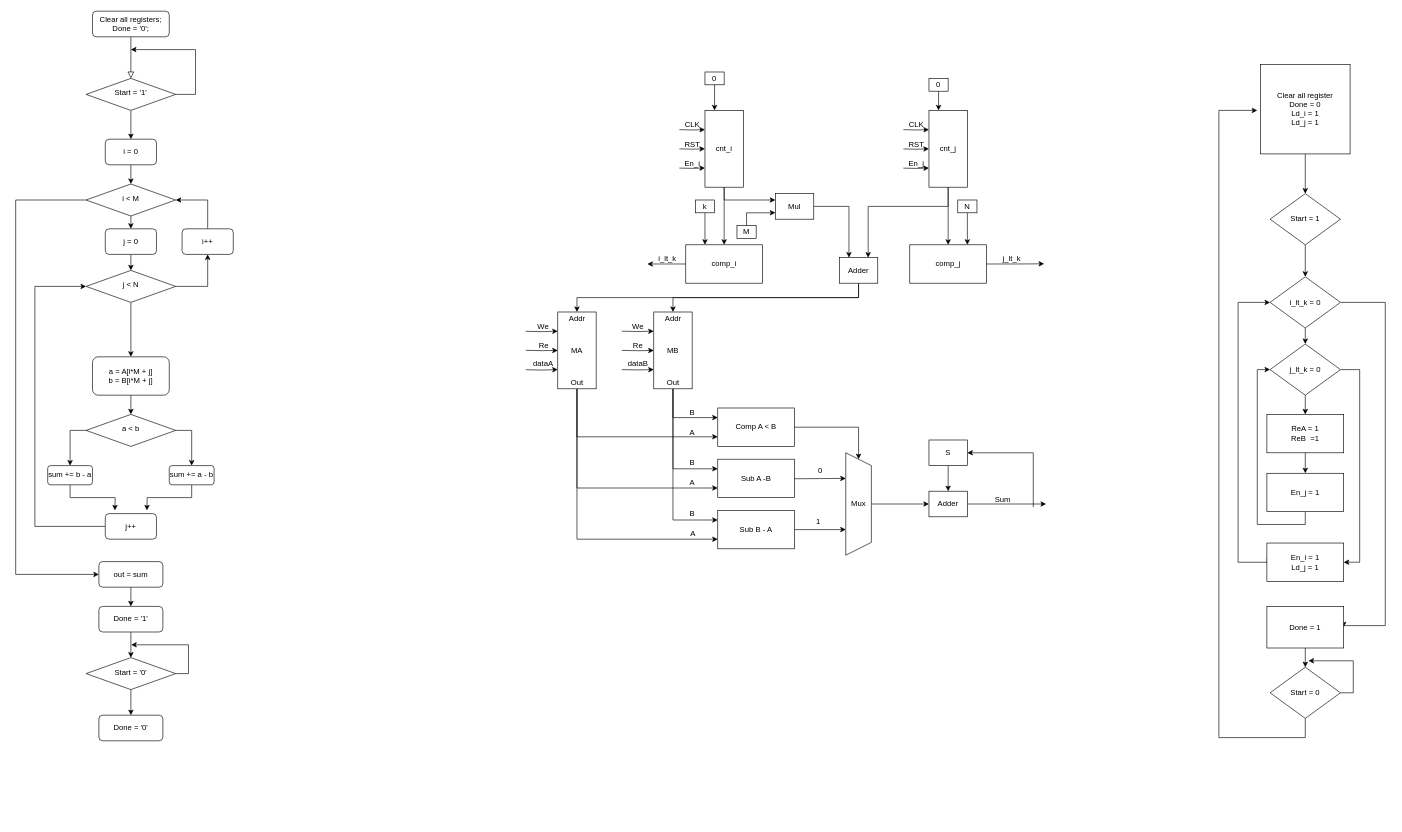
Above: Untitled Diagram.drawio in Nsphong1178/FinalProject1 (draw.io), before the change. Source tidied: cells renumbered, new cells numbered last; positions are measured from the earlier drawing's top-left corner, leaving out a move shared by most shapes. Both pictures are drawn from the tidied source at 64%, with x=0, y=0 at pixel (15, 11).
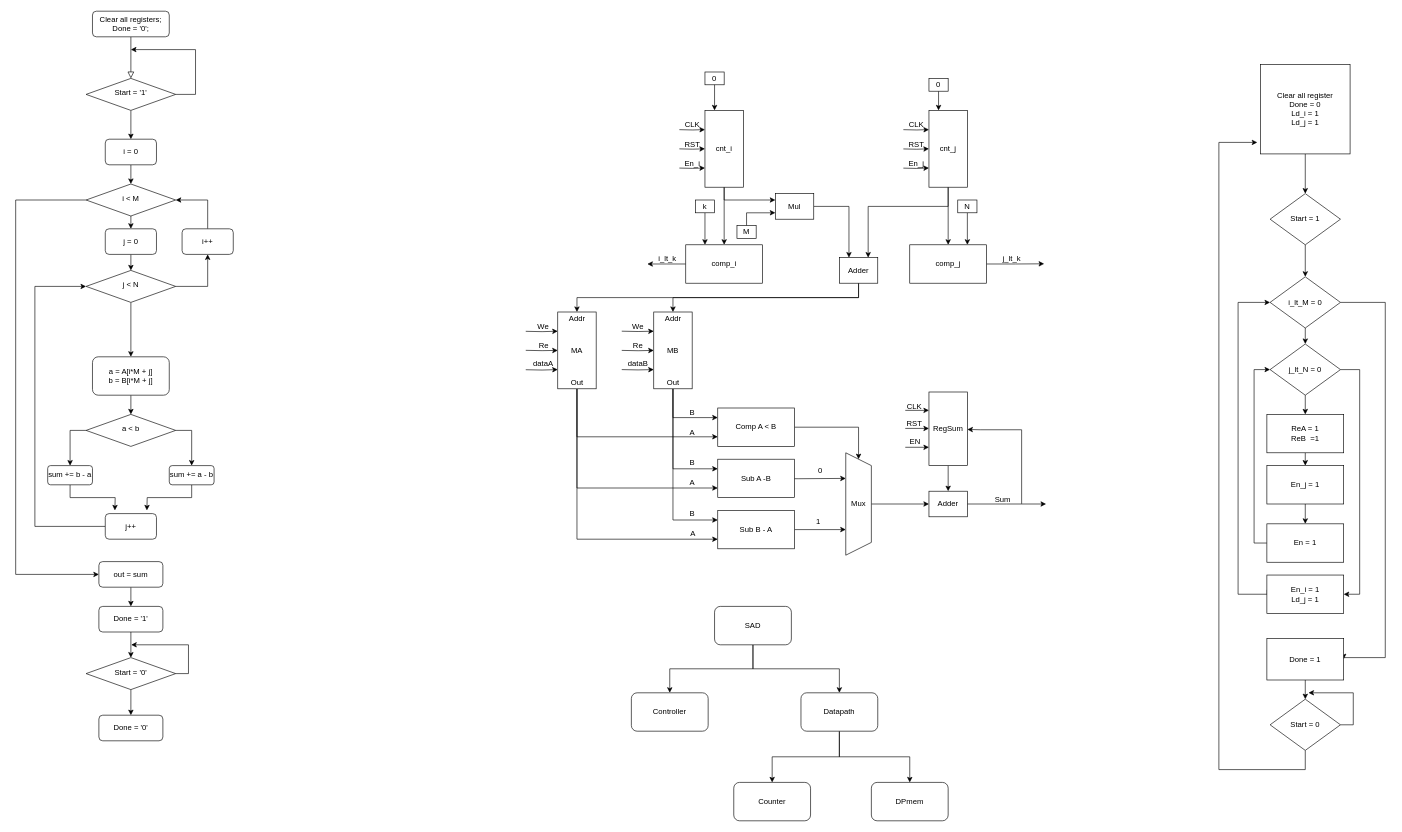
After the change.

Change to the diagram source:
```diff
@@
-    <mxCell id="84" style="edgeStyle=orthogonalEdgeStyle;rounded=0;orthogonalLoop=1;jettySize=auto;html=1;entryX=1;entryY=0.5;entryDx=0;entryDy=0;" parent="1" edge="1">
-      <mxGeometry relative="1" as="geometry">
-        <mxPoint x="1590" y="775" as="sourcePoint" />
-        <mxPoint x="1487" y="690" as="targetPoint" />
-        <Array as="points">
-          <mxPoint x="1590" y="690" />
-        </Array>
-      </mxGeometry>
-    </mxCell>
+    <mxCell id="144" style="edgeStyle=orthogonalEdgeStyle;rounded=0;jettySize=auto;html=1;exitX=0;exitY=0.25;exitDx=0;exitDy=0;entryX=0;entryY=0.25;entryDx=0;entryDy=0;" parent="1" edge="1" target="85">
+      <mxGeometry relative="1" as="geometry">
+        <mxPoint x="1390" y="623.7" as="sourcePoint" />
+      </mxGeometry>
+    </mxCell>
+    <mxCell id="145" style="edgeStyle=orthogonalEdgeStyle;rounded=0;jettySize=auto;html=1;exitX=0;exitY=0.5;exitDx=0;exitDy=0;entryX=0;entryY=0.5;entryDx=0;entryDy=0;" parent="1" edge="1" target="85">
+      <mxGeometry relative="1" as="geometry">
+        <mxPoint x="1390" y="651.9" as="sourcePoint" />
+      </mxGeometry>
+    </mxCell>
+    <mxCell id="146" style="edgeStyle=orthogonalEdgeStyle;rounded=0;jettySize=auto;html=1;exitX=0;exitY=0.75;exitDx=0;exitDy=0;entryX=0;entryY=0.75;entryDx=0;entryDy=0;" parent="1" edge="1" target="85">
+      <mxGeometry relative="1" as="geometry">
+        <mxPoint x="1390" y="681.4" as="sourcePoint" />
+      </mxGeometry>
+    </mxCell>
-    <mxCell id="85" value="S" style="rounded=0;whiteSpace=wrap;html=1;" parent="1" vertex="1">
-      <mxGeometry x="1427" y="670" width="60" height="40" as="geometry" />
+    <mxCell id="85" value="RegSum" style="rounded=0;whiteSpace=wrap;html=1;" parent="1" vertex="1">
+      <mxGeometry x="1427" y="595" width="60" height="115" as="geometry" />
     </mxCell>
@@
     <mxCell id="118" style="edgeStyle=orthogonalEdgeStyle;rounded=0;jettySize=auto;html=1;exitX=1;exitY=0.5;exitDx=0;exitDy=0;" parent="1" edge="1" source="139" target="125">
       <mxGeometry relative="1" as="geometry">
         <Array as="points">
           <mxPoint x="2100" y="560" />
-          <mxPoint x="2100" y="861" />
+          <mxPoint x="2100" y="911" />
         </Array>
       </mxGeometry>
     </mxCell>
@@
     <mxCell id="120" style="edgeStyle=orthogonalEdgeStyle;rounded=0;jettySize=auto;html=1;exitX=1;exitY=0.5;exitDx=0;exitDy=0;entryX=1;entryY=0.5;entryDx=0;entryDy=0;" parent="1" edge="1" source="121" target="141">
       <mxGeometry relative="1" as="geometry">
         <Array as="points">
           <mxPoint x="2140" y="455" />
-          <mxPoint x="2140" y="960" />
+          <mxPoint x="2140" y="1010" />
+          <mxPoint x="2075" y="1010" />
         </Array>
       </mxGeometry>
     </mxCell>
-    <mxCell id="121" value="i_lt_k = 0" style="rhombus;whiteSpace=wrap;html=1;" parent="1" vertex="1">
+    <mxCell id="121" value="i_lt_M = 0" style="rhombus;whiteSpace=wrap;html=1;" parent="1" vertex="1">
       <mxGeometry x="1960" y="415" width="110" height="80" as="geometry" />
     </mxCell>
@@
     <mxCell id="124" style="edgeStyle=orthogonalEdgeStyle;rounded=0;jettySize=auto;html=1;exitX=0.004;exitY=0.386;exitDx=0;exitDy=0;entryX=0;entryY=0.5;entryDx=0;entryDy=0;exitPerimeter=0;" parent="1" edge="1" source="125" target="121">
       <mxGeometry relative="1" as="geometry">
         <Array as="points">
-          <mxPoint x="1955" y="861" />
-          <mxPoint x="1910" y="861" />
+          <mxPoint x="1955" y="911" />
+          <mxPoint x="1910" y="911" />
           <mxPoint x="1910" y="455" />
         </Array>
       </mxGeometry>
     </mxCell>
     <mxCell id="125" value="En_i = 1&lt;div&gt;Ld_j = 1&lt;/div&gt;" style="rounded=0;whiteSpace=wrap;html=1;" parent="1" vertex="1">
-      <mxGeometry x="1955" y="831" width="120" height="60" as="geometry" />
+      <mxGeometry x="1955" y="881" width="120" height="60" as="geometry" />
     </mxCell>
     <mxCell id="126" style="edgeStyle=orthogonalEdgeStyle;rounded=0;jettySize=auto;html=1;exitX=0.5;exitY=1;exitDx=0;exitDy=0;" parent="1" edge="1" source="128">
       <mxGeometry relative="1" as="geometry">
-        <mxPoint x="1940" y="155" as="targetPoint" />
+        <mxPoint x="1940" y="205" as="targetPoint" />
         <Array as="points">
-          <mxPoint x="2015" y="1135" />
-          <mxPoint x="1880" y="1135" />
-          <mxPoint x="1880" y="155" />
+          <mxPoint x="2015" y="1185" />
+          <mxPoint x="1880" y="1185" />
+          <mxPoint x="1880" y="205" />
         </Array>
       </mxGeometry>
     </mxCell>
     <mxCell id="127" style="edgeStyle=orthogonalEdgeStyle;rounded=0;jettySize=auto;html=1;exitX=1;exitY=0.5;exitDx=0;exitDy=0;" parent="1" edge="1" source="128">
       <mxGeometry relative="1" as="geometry">
-        <mxPoint x="2020" y="1015" as="targetPoint" />
+        <mxPoint x="2020" y="1065" as="targetPoint" />
         <Array as="points">
+          <mxPoint x="2090" y="1115" />
           <mxPoint x="2090" y="1065" />
-          <mxPoint x="2090" y="1015" />
         </Array>
       </mxGeometry>
     </mxCell>
     <mxCell id="128" value="Start = 0" style="rhombus;whiteSpace=wrap;html=1;" parent="1" vertex="1">
-      <mxGeometry x="1960" y="1025" width="110" height="80" as="geometry" />
+      <mxGeometry x="1960" y="1075" width="110" height="80" as="geometry" />
     </mxCell>
@@
-    <mxCell id="139" value="j_lt_k = 0" style="rhombus;whiteSpace=wrap;html=1;" parent="1" vertex="1">
+    <mxCell id="139" value="j_lt_N = 0" style="rhombus;whiteSpace=wrap;html=1;" parent="1" vertex="1">
       <mxGeometry x="1960" y="520" width="110" height="80" as="geometry" />
     </mxCell>
@@
     <mxCell id="141" value="Done = 1" style="rounded=0;whiteSpace=wrap;html=1;" parent="1" vertex="1">
-      <mxGeometry x="1955" y="930" width="120" height="65" as="geometry" />
+      <mxGeometry x="1955" y="980" width="120" height="65" as="geometry" />
     </mxCell>
-    <mxCell id="142" style="edgeStyle=orthogonalEdgeStyle;rounded=0;jettySize=auto;html=1;exitX=0.5;exitY=1;exitDx=0;exitDy=0;entryX=0;entryY=0.5;entryDx=0;entryDy=0;" parent="1" edge="1" source="143" target="139">
-      <mxGeometry relative="1" as="geometry" />
-    </mxCell>
+    <mxCell id="147" style="edgeStyle=orthogonalEdgeStyle;rounded=0;jettySize=auto;html=1;exitX=0.5;exitY=1;exitDx=0;exitDy=0;entryX=0.5;entryY=0;entryDx=0;entryDy=0;" parent="1" edge="1" source="143" target="162">
+      <mxGeometry relative="1" as="geometry" />
+    </mxCell>
     <mxCell id="143" value="En_j = 1" style="rounded=0;whiteSpace=wrap;html=1;" parent="1" vertex="1">
-      <mxGeometry x="1955" y="722" width="120" height="60" as="geometry" />
+      <mxGeometry x="1955" y="710" width="120" height="60" as="geometry" />
     </mxCell>
+    <mxCell id="148" style="edgeStyle=orthogonalEdgeStyle;rounded=0;jettySize=auto;html=1;exitX=0.5;exitY=1;exitDx=0;exitDy=0;entryX=0.5;entryY=0;entryDx=0;entryDy=0;" parent="1" edge="1" source="150" target="151">
+      <mxGeometry relative="1" as="geometry" />
+    </mxCell>
+    <mxCell id="149" style="edgeStyle=orthogonalEdgeStyle;rounded=0;jettySize=auto;html=1;exitX=0.5;exitY=1;exitDx=0;exitDy=0;" parent="1" edge="1" source="150" target="154">
+      <mxGeometry relative="1" as="geometry" />
+    </mxCell>
+    <mxCell id="150" value="SAD" style="rounded=1;whiteSpace=wrap;html=1;" parent="1" vertex="1">
+      <mxGeometry x="1092" y="930" width="120" height="60" as="geometry" />
+    </mxCell>
+    <mxCell id="151" value="Controller" style="rounded=1;whiteSpace=wrap;html=1;" parent="1" vertex="1">
+      <mxGeometry x="962" y="1065" width="120" height="60" as="geometry" />
+    </mxCell>
+    <mxCell id="152" style="edgeStyle=orthogonalEdgeStyle;rounded=0;jettySize=auto;html=1;exitX=0.5;exitY=1;exitDx=0;exitDy=0;" parent="1" edge="1" source="154" target="155">
+      <mxGeometry relative="1" as="geometry" />
+    </mxCell>
+    <mxCell id="153" style="edgeStyle=orthogonalEdgeStyle;rounded=0;jettySize=auto;html=1;exitX=0.5;exitY=1;exitDx=0;exitDy=0;" parent="1" edge="1" source="154" target="156">
+      <mxGeometry relative="1" as="geometry" />
+    </mxCell>
+    <mxCell id="154" value="Datapath" style="rounded=1;whiteSpace=wrap;html=1;" parent="1" vertex="1">
+      <mxGeometry x="1227" y="1065" width="120" height="60" as="geometry" />
+    </mxCell>
+    <mxCell id="155" value="Counter" style="rounded=1;whiteSpace=wrap;html=1;" parent="1" vertex="1">
+      <mxGeometry x="1122" y="1205" width="120" height="60" as="geometry" />
+    </mxCell>
+    <mxCell id="156" value="DPmem" style="rounded=1;whiteSpace=wrap;html=1;" parent="1" vertex="1">
+      <mxGeometry x="1337" y="1205" width="120" height="60" as="geometry" />
+    </mxCell>
+    <mxCell id="157" style="edgeStyle=orthogonalEdgeStyle;rounded=0;orthogonalLoop=1;jettySize=auto;html=1;exitX=1.097;exitY=0.691;exitDx=0;exitDy=0;entryX=1;entryY=0.5;entryDx=0;entryDy=0;exitPerimeter=0;" parent="1" edge="1">
+      <mxGeometry relative="1" as="geometry">
+        <mxPoint x="1571.8" y="769.7" as="sourcePoint" />
+        <mxPoint x="1487" y="653.5" as="targetPoint" />
+        <Array as="points">
+          <mxPoint x="1572" y="654" />
+          <mxPoint x="1507" y="654" />
+        </Array>
+      </mxGeometry>
+    </mxCell>
+    <mxCell id="158" value="CLK" style="text;html=1;align=center;verticalAlign=middle;strokeColor=none;fillColor=none;" parent="1" vertex="1">
+      <mxGeometry x="1379" y="603" width="50" height="30" as="geometry" />
+    </mxCell>
+    <mxCell id="159" value="RST" style="text;html=1;align=center;verticalAlign=middle;strokeColor=none;fillColor=none;" parent="1" vertex="1">
+      <mxGeometry x="1379" y="630" width="50" height="30" as="geometry" />
+    </mxCell>
+    <mxCell id="160" value="EN" style="text;html=1;align=center;verticalAlign=middle;strokeColor=none;fillColor=none;" parent="1" vertex="1">
+      <mxGeometry x="1385" y="657" width="40" height="30" as="geometry" />
+    </mxCell>
+    <mxCell id="161" style="edgeStyle=orthogonalEdgeStyle;rounded=0;jettySize=auto;html=1;exitX=0;exitY=0.5;exitDx=0;exitDy=0;entryX=0;entryY=0.5;entryDx=0;entryDy=0;" parent="1" edge="1" source="162" target="139">
+      <mxGeometry relative="1" as="geometry" />
+    </mxCell>
+    <mxCell id="162" value="En = 1" style="rounded=0;whiteSpace=wrap;html=1;" parent="1" vertex="1">
+      <mxGeometry x="1955" y="801" width="120" height="60" as="geometry" />
+    </mxCell>
```
